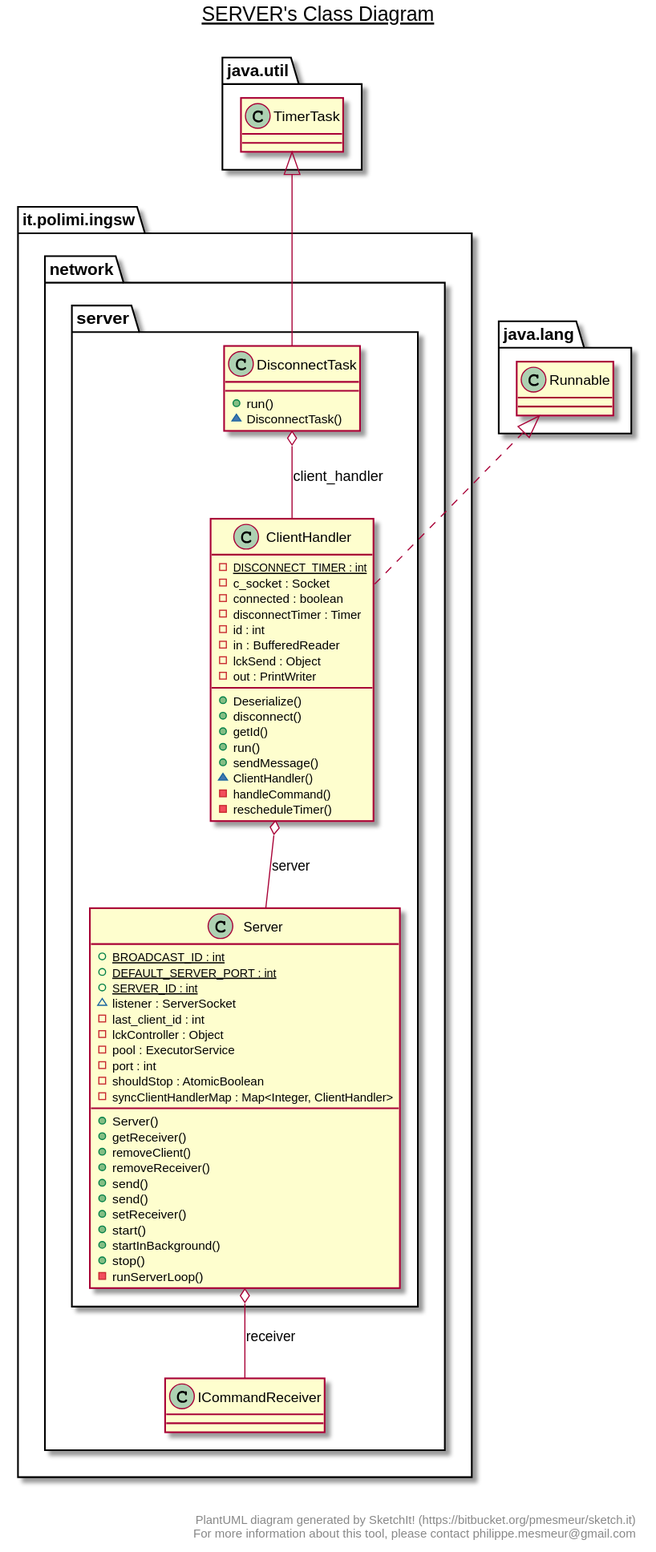
Earlier version of the PlantUML export deliverables/uml/complete/server.svg (rickycorte/ing-sw-2020-attorre-burduja-cortelazzo). Its diagram source:
```plantuml
@startuml

title __SERVER's Class Diagram__\n

  namespace it.polimi.ingsw {
    namespace network {
      namespace server {
        class it.polimi.ingsw.network.server.ClientHandler {
            {static} - DISCONNECT_TIMER : int
            - c_socket : Socket
            - connected : boolean
            - disconnectTimer : Timer
            - id : int
            - in : BufferedReader
            - lckSend : Object
            - out : PrintWriter
            + Deserialize()
            + disconnect()
            + getId()
            + run()
            + sendMessage()
            ~ ClientHandler()
            - handleCommand()
            - rescheduleTimer()
        }
      }
    }
  }


  namespace it.polimi.ingsw {
    namespace network {
      namespace server {
        class it.polimi.ingsw.network.server.DisconnectTask {
            + run()
            ~ DisconnectTask()
        }
      }
    }
  }


  namespace it.polimi.ingsw {
    namespace network {
      namespace server {
        class it.polimi.ingsw.network.server.Server {
            {static} + BROADCAST_ID : int
            {static} + DEFAULT_SERVER_PORT : int
            {static} + SERVER_ID : int
            ~ listener : ServerSocket
            - last_client_id : int
            - lckController : Object
            - pool : ExecutorService
            - port : int
            - shouldStop : AtomicBoolean
            - syncClientHandlerMap : Map<Integer, ClientHandler>
            + Server()
            + getReceiver()
            + removeClient()
            + removeReceiver()
            + send()
            + send()
            + setReceiver()
            + start()
            + startInBackground()
            + stop()
            - runServerLoop()
        }
      }
    }
  }


  it.polimi.ingsw.network.server.ClientHandler .up.|> java.lang.Runnable
  it.polimi.ingsw.network.server.ClientHandler o-- it.polimi.ingsw.network.server.Server : server
  it.polimi.ingsw.network.server.DisconnectTask -up-|> java.util.TimerTask
  it.polimi.ingsw.network.server.DisconnectTask o-- it.polimi.ingsw.network.server.ClientHandler : client_handler
  it.polimi.ingsw.network.server.Server o-- it.polimi.ingsw.network.ICommandReceiver : receiver


right footer


PlantUML diagram generated by SketchIt! (https://bitbucket.org/pmesmeur/sketch.it)
For more information about this tool, please contact philippe.mesmeur@gmail.com
endfooter

@enduml
```
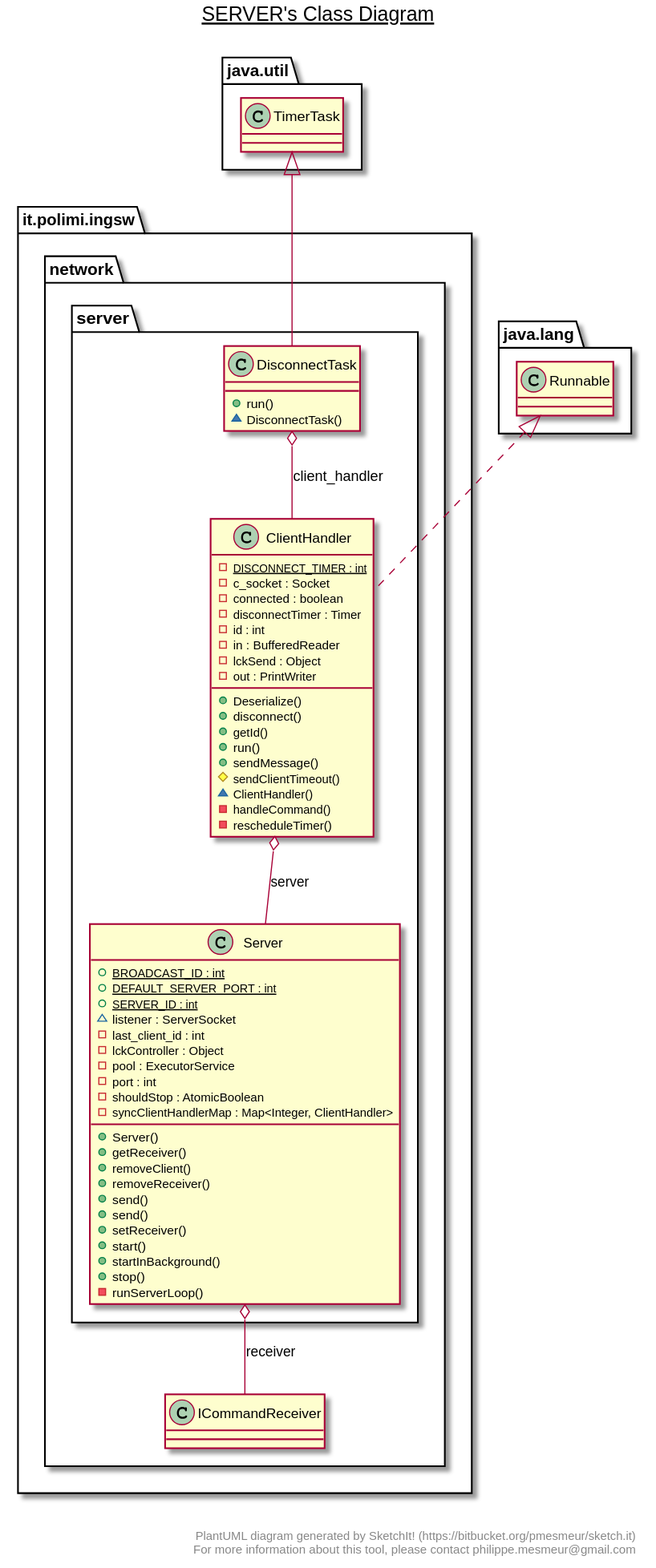
The same diagram one commit later.

Diff of the diagram source:
```diff
@@ -19,6 +19,7 @@
             + getId()
             + run()
             + sendMessage()
+            # sendClientTimeout()
             ~ ClientHandler()
             - handleCommand()
             - rescheduleTimer()
```
